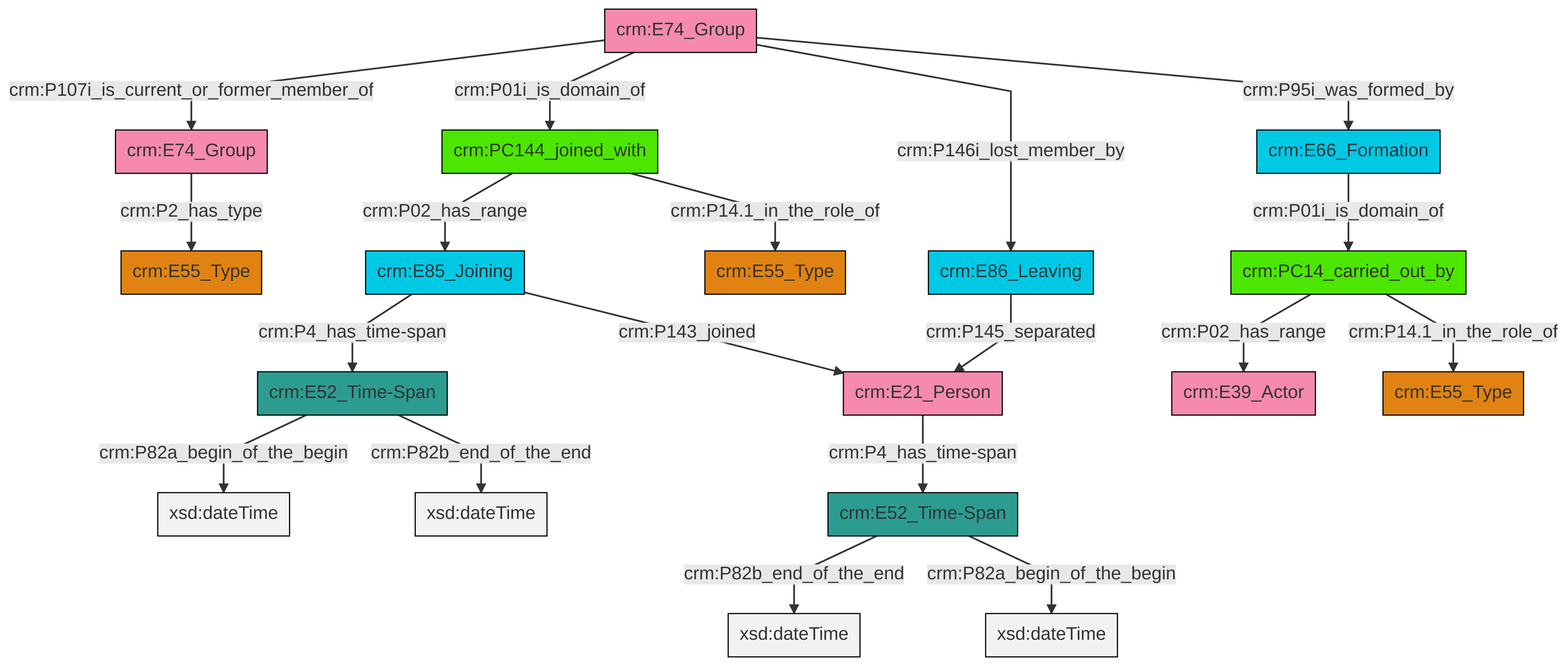
Before: et/groupCSV/ttl/mmd/png/group_actor_relations.png, a diagram exported from Mermaid (swiss-art-research-net/docs.swissartresearch). Its source is kept beside it as et/groupCSV/ttl/mmd/group_actor_relations.ttl.mmd.
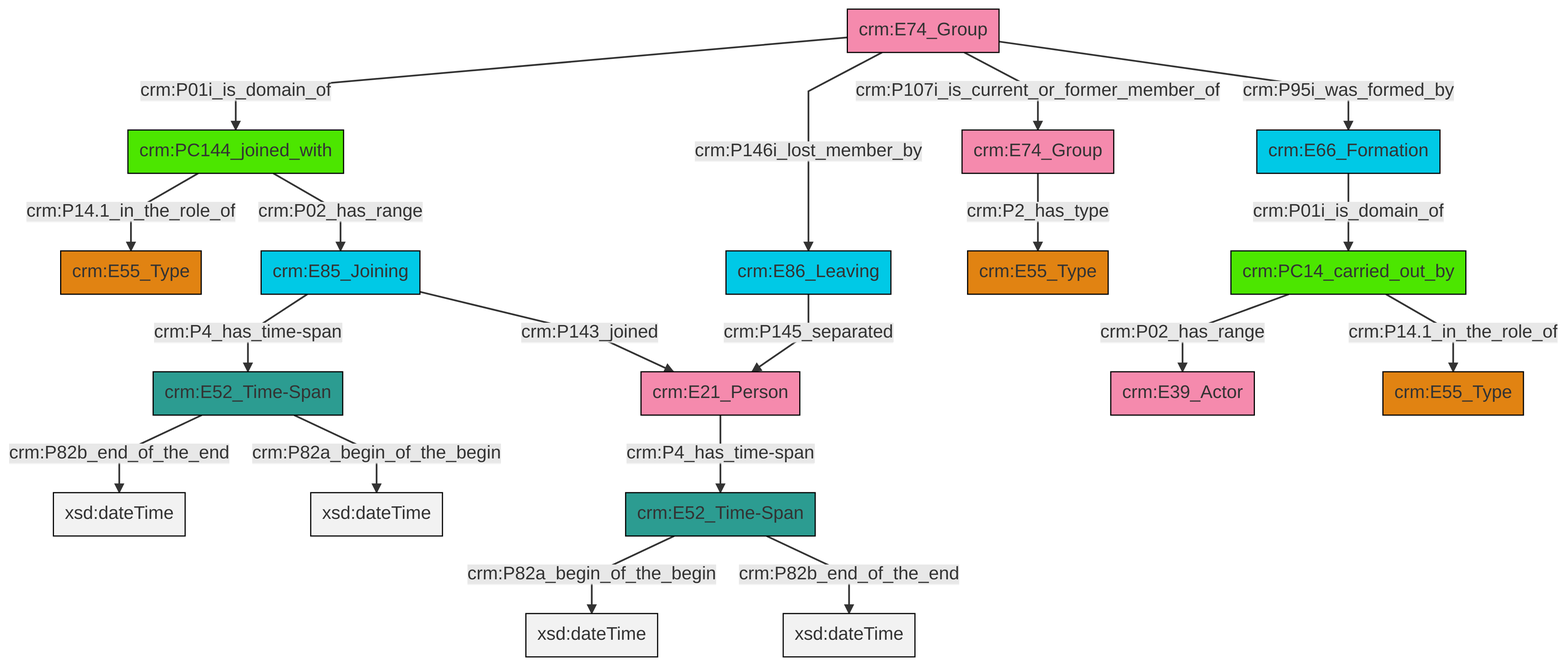
Above is the later version.

What changed in the source:
```diff
@@ -13,21 +13,21 @@
 classDef PC_Classes fill:#4ce600, stroke:#000000;
 classDef Multi fill:#cccccc,stroke:#000000;
 
-6["crm:PC14_carried_out_by"]:::PC_Classes -->|crm:P02_has_range| 7["crm:E39_Actor"]:::Actor
-8["crm:E52_Time-Span"]:::Time-Span -->|crm:P82b_end_of_the_end| 9[xsd:dateTime]:::Literal
-10["crm:E74_Group"]:::Actor -->|crm:P107i_is_current_or_former_member_of| 11["crm:E74_Group"]:::Actor
-8["crm:E52_Time-Span"]:::Time-Span -->|crm:P82a_begin_of_the_begin| 12[xsd:dateTime]:::Literal
-2["crm:E66_Formation"]:::Temporal_Entity -->|crm:P01i_is_domain_of| 6["crm:PC14_carried_out_by"]:::PC_Classes
-19["crm:E21_Person"]:::Actor -->|crm:P4_has_time-span| 8["crm:E52_Time-Span"]:::Time-Span
-10["crm:E74_Group"]:::Actor -->|crm:P01i_is_domain_of| 4["crm:PC144_joined_with"]:::PC_Classes
-6["crm:PC14_carried_out_by"]:::PC_Classes -->|crm:P14.1_in_the_role_of| 0["crm:E55_Type"]:::Type
-4["crm:PC144_joined_with"]:::PC_Classes -->|crm:P02_has_range| 23["crm:E85_Joining"]:::Temporal_Entity
-26["crm:E52_Time-Span"]:::Time-Span -->|crm:P82a_begin_of_the_begin| 27[xsd:dateTime]:::Literal
-11["crm:E74_Group"]:::Actor -->|crm:P2_has_type| 17["crm:E55_Type"]:::Type
-28["crm:E86_Leaving"]:::Temporal_Entity -->|crm:P145_separated| 19["crm:E21_Person"]:::Actor
-23["crm:E85_Joining"]:::Temporal_Entity -->|crm:P4_has_time-span| 26["crm:E52_Time-Span"]:::Time-Span
-10["crm:E74_Group"]:::Actor -->|crm:P146i_lost_member_by| 28["crm:E86_Leaving"]:::Temporal_Entity
-26["crm:E52_Time-Span"]:::Time-Span -->|crm:P82b_end_of_the_end| 34[xsd:dateTime]:::Literal
-23["crm:E85_Joining"]:::Temporal_Entity -->|crm:P143_joined| 19["crm:E21_Person"]:::Actor
-10["crm:E74_Group"]:::Actor -->|crm:P95i_was_formed_by| 2["crm:E66_Formation"]:::Temporal_Entity
-4["crm:PC144_joined_with"]:::PC_Classes -->|crm:P14.1_in_the_role_of| 13["crm:E55_Type"]:::Type
+5["crm:E85_Joining"]:::Temporal_Entity -->|crm:P4_has_time-span| 6["crm:E52_Time-Span"]:::Time-Span
+7["crm:E74_Group"]:::Actor -->|crm:P01i_is_domain_of| 8["crm:PC144_joined_with"]:::PC_Classes
+8["crm:PC144_joined_with"]:::PC_Classes -->|crm:P14.1_in_the_role_of| 3["crm:E55_Type"]:::Type
+8["crm:PC144_joined_with"]:::PC_Classes -->|crm:P02_has_range| 5["crm:E85_Joining"]:::Temporal_Entity
+9["crm:PC14_carried_out_by"]:::PC_Classes -->|crm:P02_has_range| 14["crm:E39_Actor"]:::Actor
+12["crm:E52_Time-Span"]:::Time-Span -->|crm:P82a_begin_of_the_begin| 18[xsd:dateTime]:::Literal
+19["crm:E66_Formation"]:::Temporal_Entity -->|crm:P01i_is_domain_of| 9["crm:PC14_carried_out_by"]:::PC_Classes
+12["crm:E52_Time-Span"]:::Time-Span -->|crm:P82b_end_of_the_end| 23[xsd:dateTime]:::Literal
+5["crm:E85_Joining"]:::Temporal_Entity -->|crm:P143_joined| 24["crm:E21_Person"]:::Actor
+7["crm:E74_Group"]:::Actor -->|crm:P146i_lost_member_by| 25["crm:E86_Leaving"]:::Temporal_Entity
+6["crm:E52_Time-Span"]:::Time-Span -->|crm:P82b_end_of_the_end| 27[xsd:dateTime]:::Literal
+24["crm:E21_Person"]:::Actor -->|crm:P4_has_time-span| 12["crm:E52_Time-Span"]:::Time-Span
+28["crm:E74_Group"]:::Actor -->|crm:P2_has_type| 0["crm:E55_Type"]:::Type
+25["crm:E86_Leaving"]:::Temporal_Entity -->|crm:P145_separated| 24["crm:E21_Person"]:::Actor
+6["crm:E52_Time-Span"]:::Time-Span -->|crm:P82a_begin_of_the_begin| 29[xsd:dateTime]:::Literal
+7["crm:E74_Group"]:::Actor -->|crm:P107i_is_current_or_former_member_of| 28["crm:E74_Group"]:::Actor
+7["crm:E74_Group"]:::Actor -->|crm:P95i_was_formed_by| 19["crm:E66_Formation"]:::Temporal_Entity
+9["crm:PC14_carried_out_by"]:::PC_Classes -->|crm:P14.1_in_the_role_of| 16["crm:E55_Type"]:::Type
```
